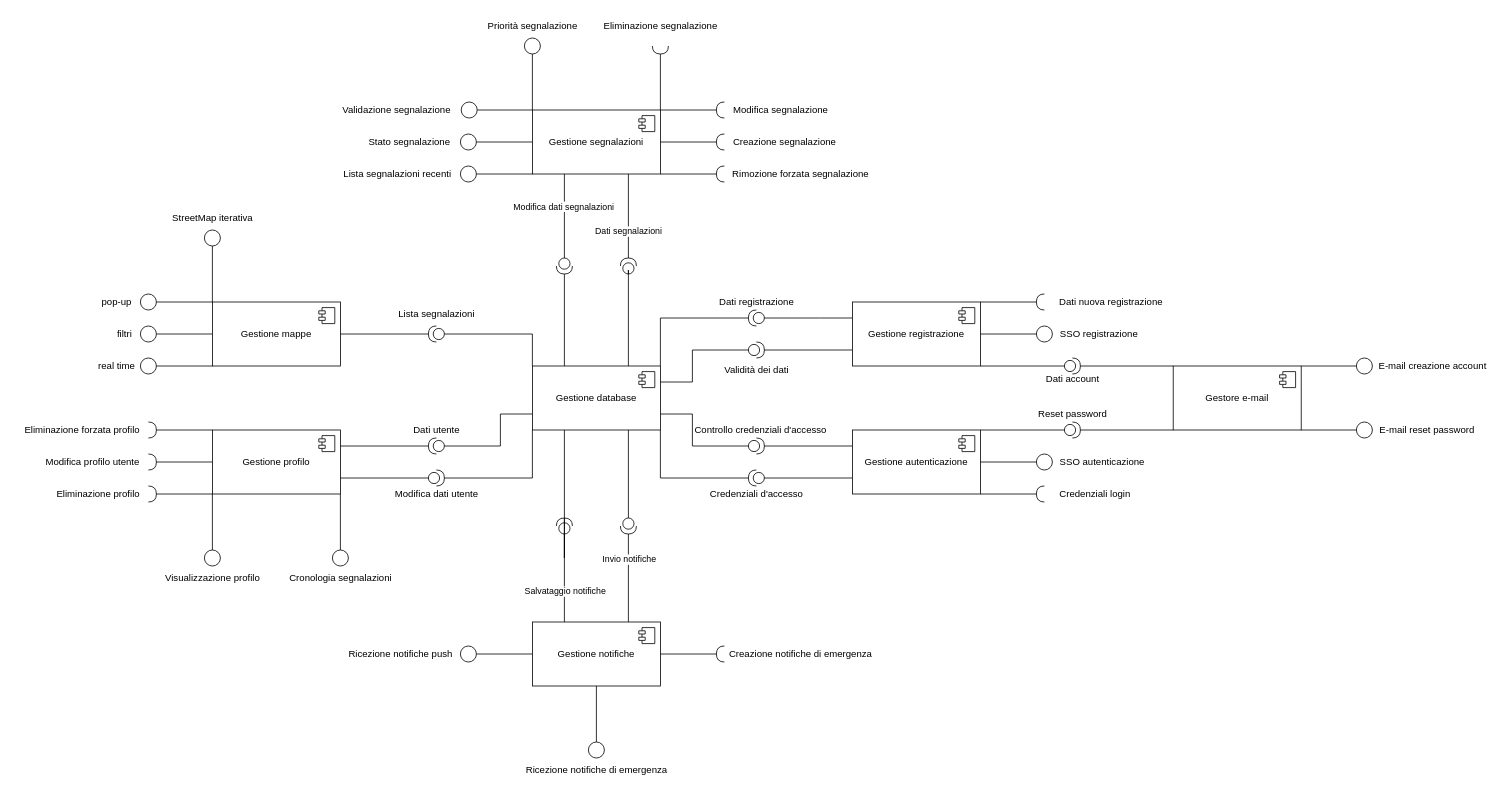
Above: page "NuovoComponentDiagram" (1 of 2) of ComponentDiagram.drawio in LucaBarbolini/Prova1 (draw.io), before the change. Source tidied: cells renumbered, new cells numbered last; positions are measured from the earlier drawing's top-left corner, leaving out a move shared by most shapes. Both pictures are drawn from the tidied source at 80%, with x=0, y=0 at pixel (14, 14).
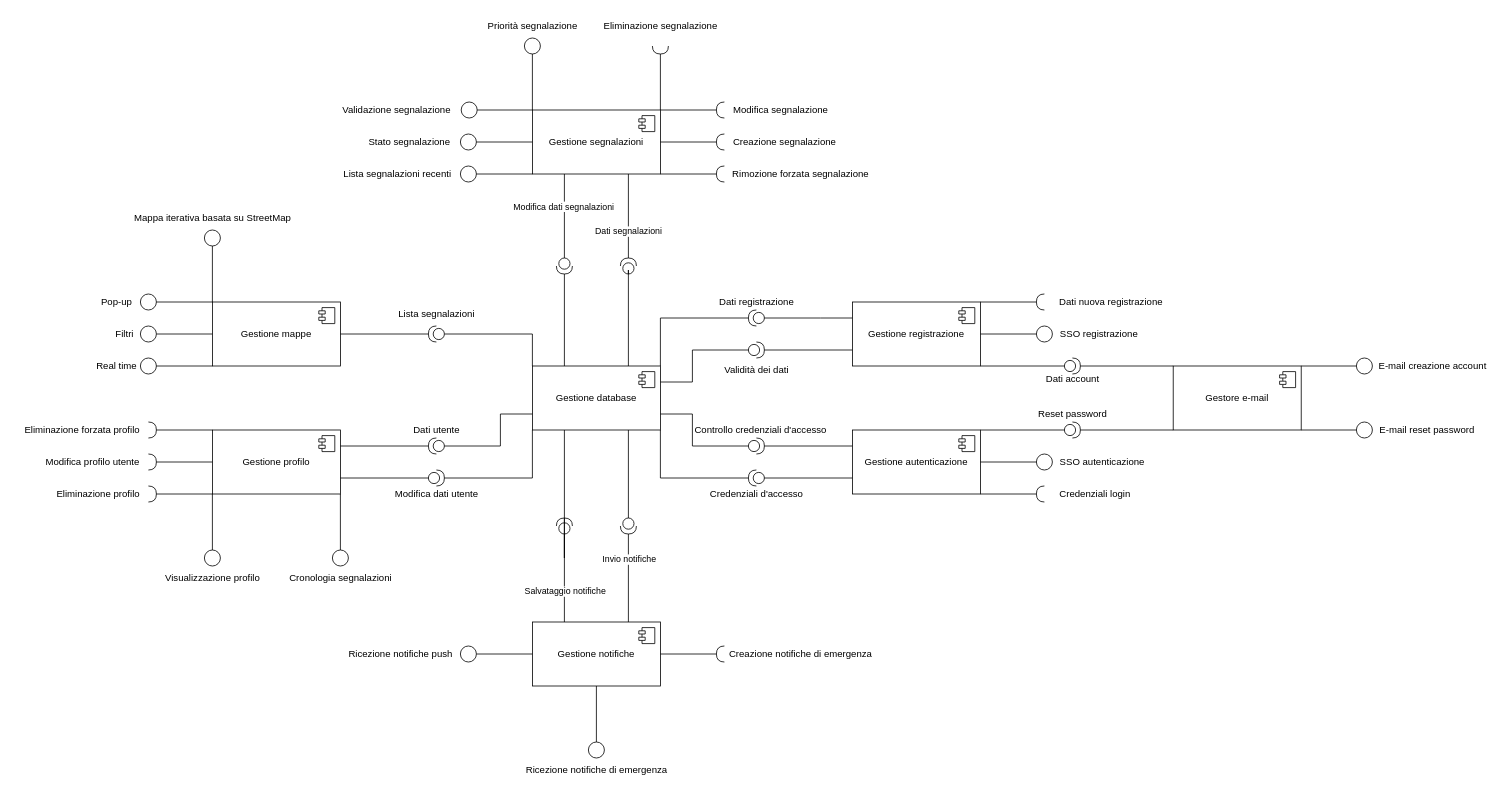
The same page after the edit.

The edit, as a diff of the source:
```diff
@@
-    <mxCell id="100" value="pop-up" style="text;html=1;align=center;verticalAlign=middle;strokeColor=none;fillColor=none;" parent="1" vertex="1">
+    <mxCell id="100" value="Pop-up" style="text;html=1;align=center;verticalAlign=middle;strokeColor=none;fillColor=none;" parent="1" vertex="1">
       <mxGeometry x="98" y="345" width="60" height="30" as="geometry" />
     </mxCell>
-    <mxCell id="101" value="filtri" style="text;html=1;align=center;verticalAlign=middle;strokeColor=none;fillColor=none;" parent="1" vertex="1">
-      <mxGeometry x="118" y="385" width="40" height="30" as="geometry" />
+    <mxCell id="101" value="Filtri" style="text;html=1;align=center;verticalAlign=middle;strokeColor=none;fillColor=none;" parent="1" vertex="1">
+      <mxGeometry x="113" y="385" width="50" height="30" as="geometry" />
     </mxCell>
-    <mxCell id="102" value="real time" style="text;html=1;align=center;verticalAlign=middle;strokeColor=none;fillColor=none;" parent="1" vertex="1">
+    <mxCell id="102" value="Real time" style="text;html=1;align=center;verticalAlign=middle;strokeColor=none;fillColor=none;" parent="1" vertex="1">
       <mxGeometry x="93" y="425" width="70" height="30" as="geometry" />
     </mxCell>
@@
-    <mxCell id="105" value="StreetMap iterativa" style="text;html=1;align=center;verticalAlign=middle;strokeColor=none;fillColor=none;" parent="1" vertex="1">
-      <mxGeometry x="188" y="240" width="120" height="30" as="geometry" />
+    <mxCell id="105" value="Mappa iterativa basata su StreetMap" style="text;html=1;align=center;verticalAlign=middle;strokeColor=none;fillColor=none;" parent="1" vertex="1">
+      <mxGeometry x="138" y="240" width="220" height="30" as="geometry" />
     </mxCell>
```
